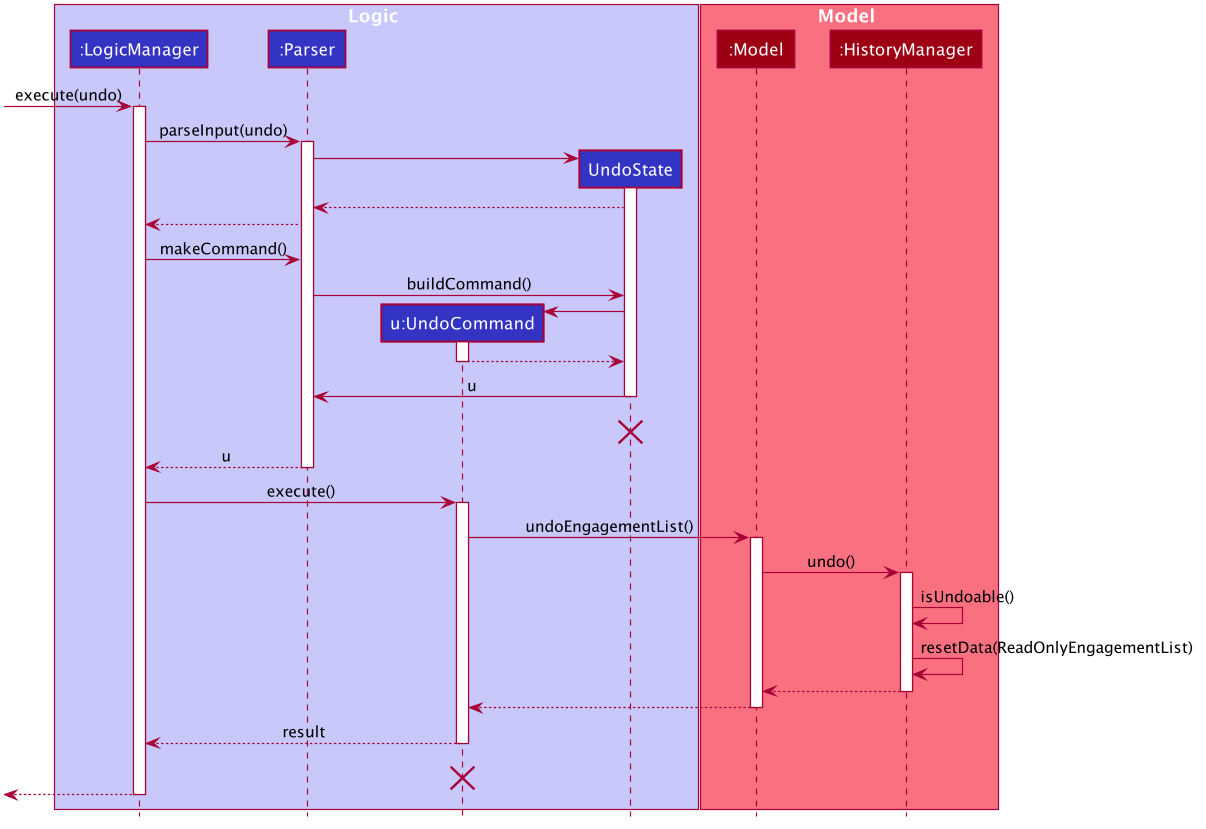
The PlantUML diagram images/UndoSequenceDiagram.png in AY1920S1-CS2103T-F14-3/main, before a commit.
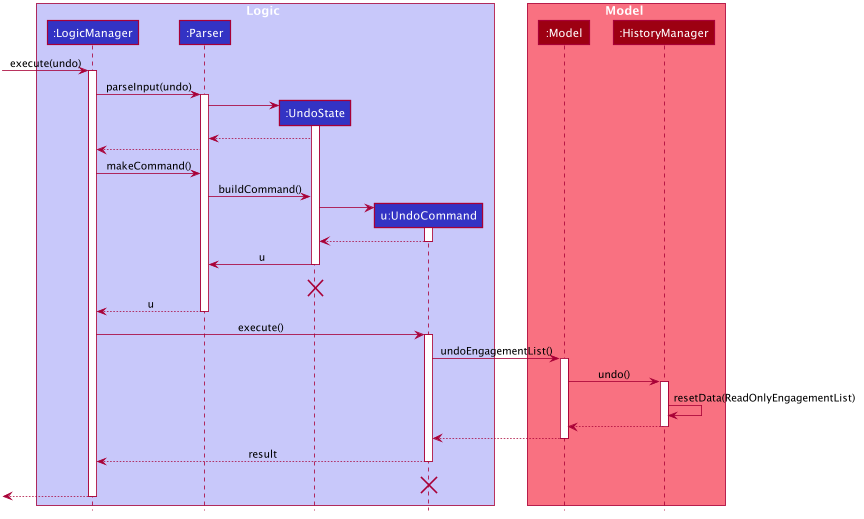
After the change.

Diff of the diagram source:
```diff
@@ -51,8 +51,8 @@
 box Logic #C8C8FA
 participant ":LogicManager" as LogicManager #3333C4
 participant ":Parser" as Parser #3333C4
+participant ":UndoState" as UndoState #3333C4
 participant "u:UndoCommand" as UndoCommand #3333C4
-participant "UndoState" as UndoState #3333C4
 end box
 
 box Model #F97181
@@ -97,7 +97,6 @@
 
 Model -> HistoryManager : undo()
 activate HistoryManager
-HistoryManager -> HistoryManager :isUndoable()
 HistoryManager -> HistoryManager :resetData(ReadOnlyEngagementList)
 HistoryManager --> Model :
 deactivate HistoryManager
```
